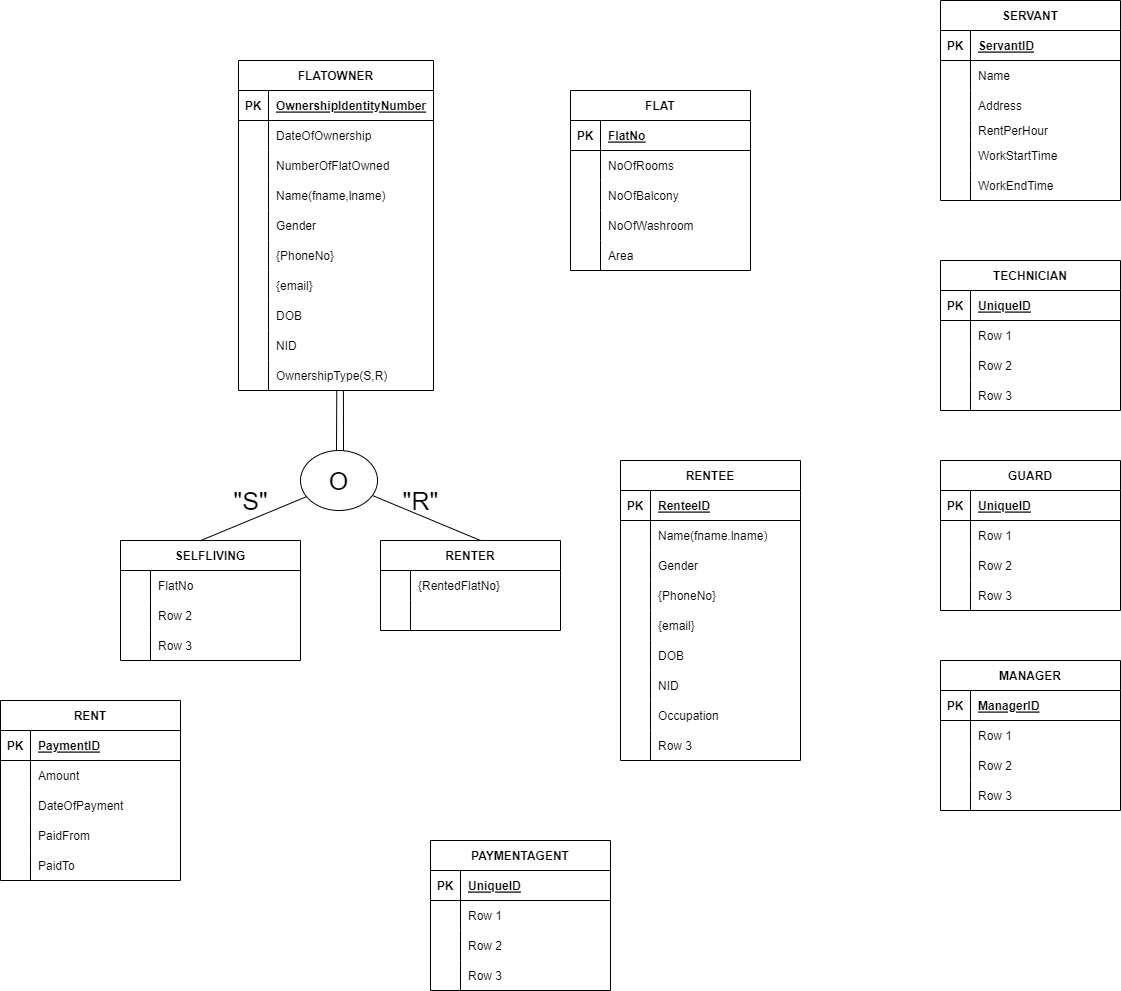
This is EERD.png from toushifhossain1/Residential-Management-and-Monitoring-System, a draw.io export, as it was before one commit. Source tidied: cells renumbered, new cells last; positions are measured from the earlier drawing's top-left corner, leaving out a move shared by most shapes.
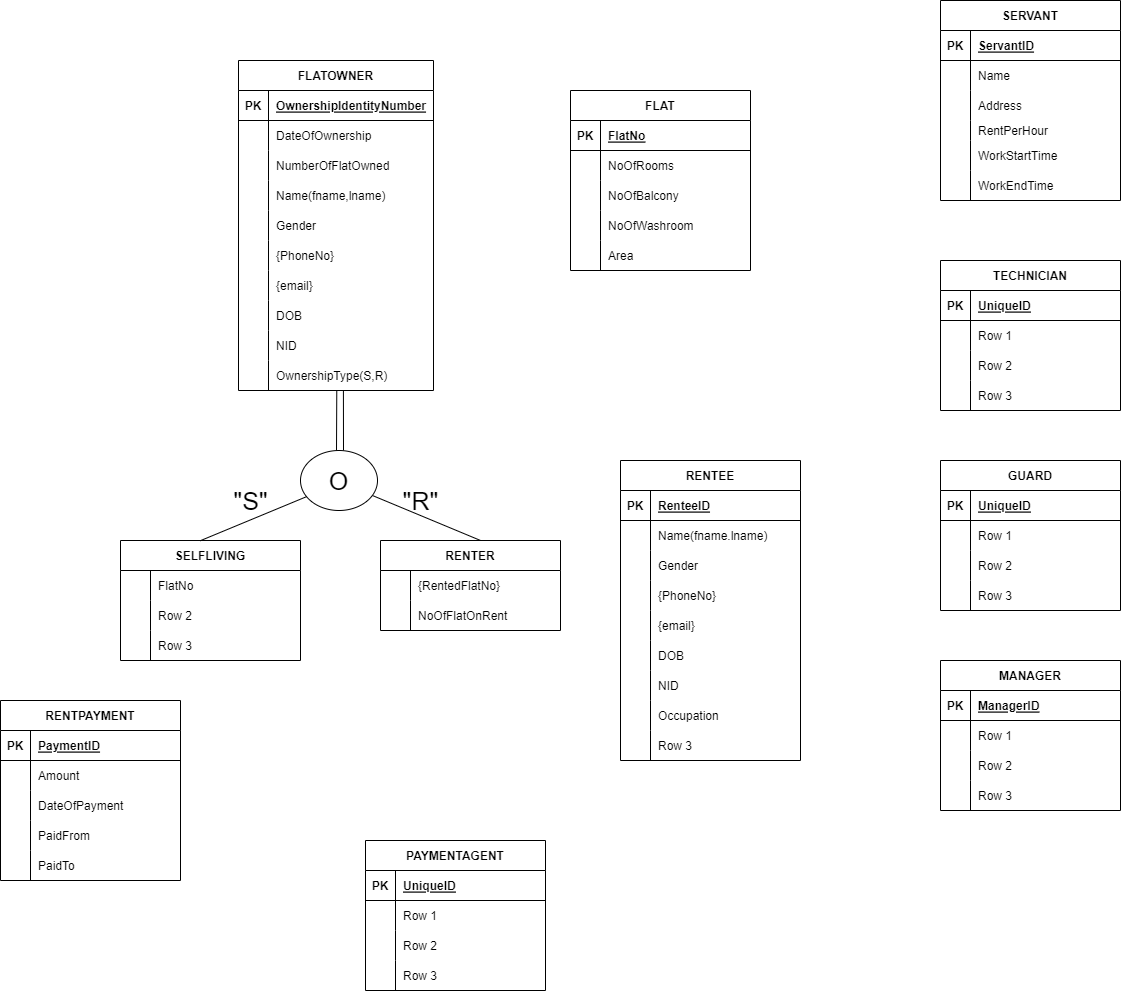
Later version of the same file.

The edit, as a diff of the source:
```diff
@@ -20,10 +20,10 @@
     <mxCell id="7" style="shape=partialRectangle;fillColor=none;top=0;left=0;bottom=0;right=0;overflow=hidden;" parent="6" vertex="1">
       <mxGeometry width="30" height="30" as="geometry" />
     </mxCell>
-    <mxCell id="8" style="shape=partialRectangle;fillColor=none;top=0;left=0;bottom=0;right=0;align=left;spacingLeft=6;overflow=hidden;" parent="6" vertex="1">
+    <mxCell id="8" value="NoOfFlatOnRent" style="shape=partialRectangle;fillColor=none;top=0;left=0;bottom=0;right=0;align=left;spacingLeft=6;overflow=hidden;" parent="6" vertex="1">
       <mxGeometry x="30" width="150" height="30" as="geometry" />
     </mxCell>
-    <mxCell id="9" value="RENT" style="shape=table;startSize=30;rowLines=0;fontStyle=1;align=center;" parent="1" vertex="1">
+    <mxCell id="9" value="RENTPAYMENT" style="shape=table;startSize=30;rowLines=0;fontStyle=1;align=center;" parent="1" vertex="1">
       <mxGeometry y="700" width="180" height="180" as="geometry" />
     </mxCell>
     <mxCell id="10" style="shape=tableRow;horizontal=0;startSize=0;swimlaneHead=0;swimlaneBody=0;fillColor=none;top=0;left=0;right=0;bottom=1;" parent="9" vertex="1">
@@ -72,7 +72,7 @@
       <mxGeometry x="30" width="150" height="30" as="geometry" />
     </mxCell>
     <mxCell id="25" value="PAYMENTAGENT" style="shape=table;startSize=30;rowLines=0;fontStyle=1;align=center;" parent="1" vertex="1">
-      <mxGeometry x="430" y="840" width="180" height="150" as="geometry" />
+      <mxGeometry x="365" y="840" width="180" height="150" as="geometry" />
     </mxCell>
     <mxCell id="26" style="shape=tableRow;horizontal=0;startSize=0;swimlaneHead=0;swimlaneBody=0;fillColor=none;top=0;left=0;right=0;bottom=1;" parent="25" vertex="1">
       <mxGeometry y="30" width="180" height="30" as="geometry" />
```
